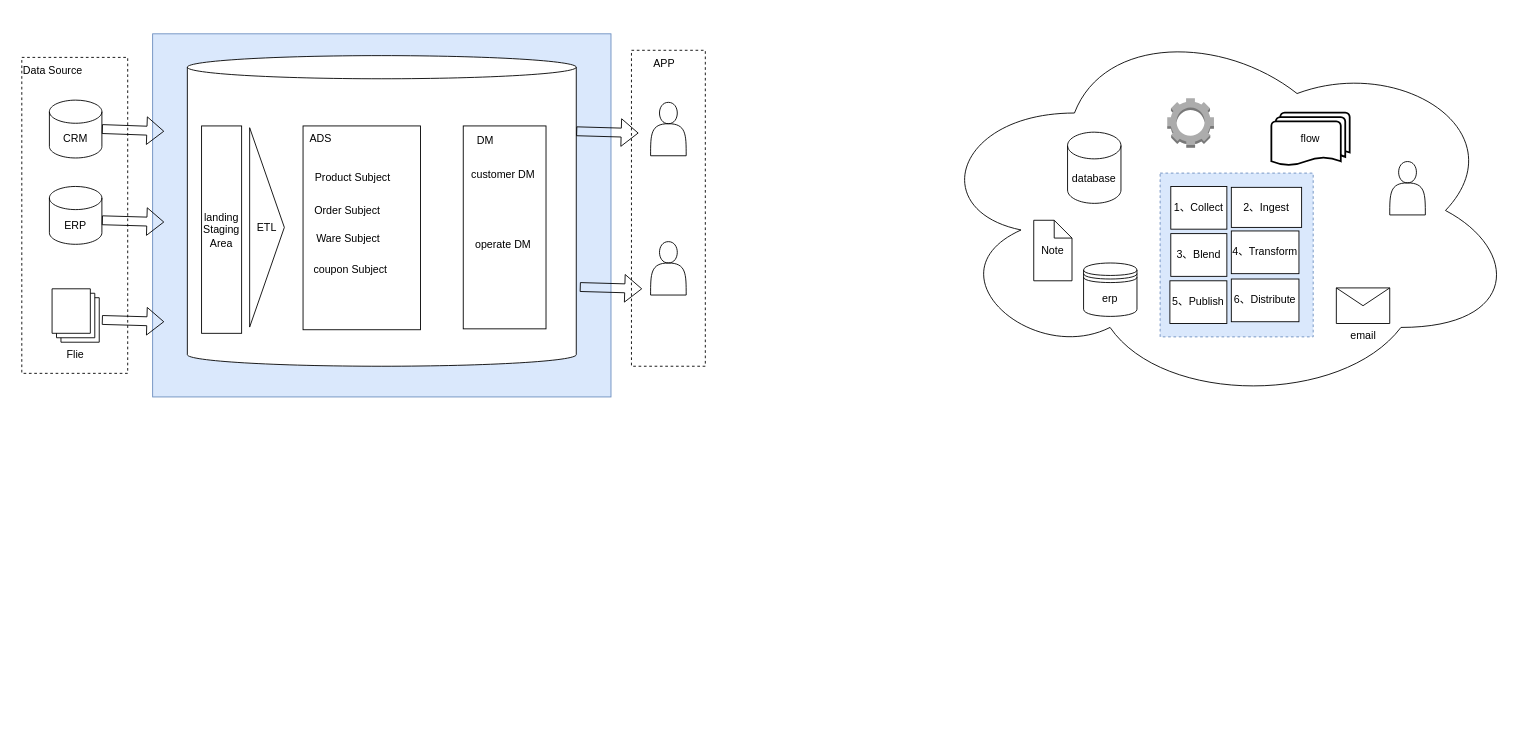
Earlier version of the draw.io diagram blog/data.drawio (began-zhao/studydraw). Source tidied: cells renumbered, new cells numbered last; positions are measured from the earlier drawing's top-left corner, leaving out a move shared by most shapes. Both pictures are drawn from the tidied source at 89%, with x=0, y=0 at pixel (15, 15).
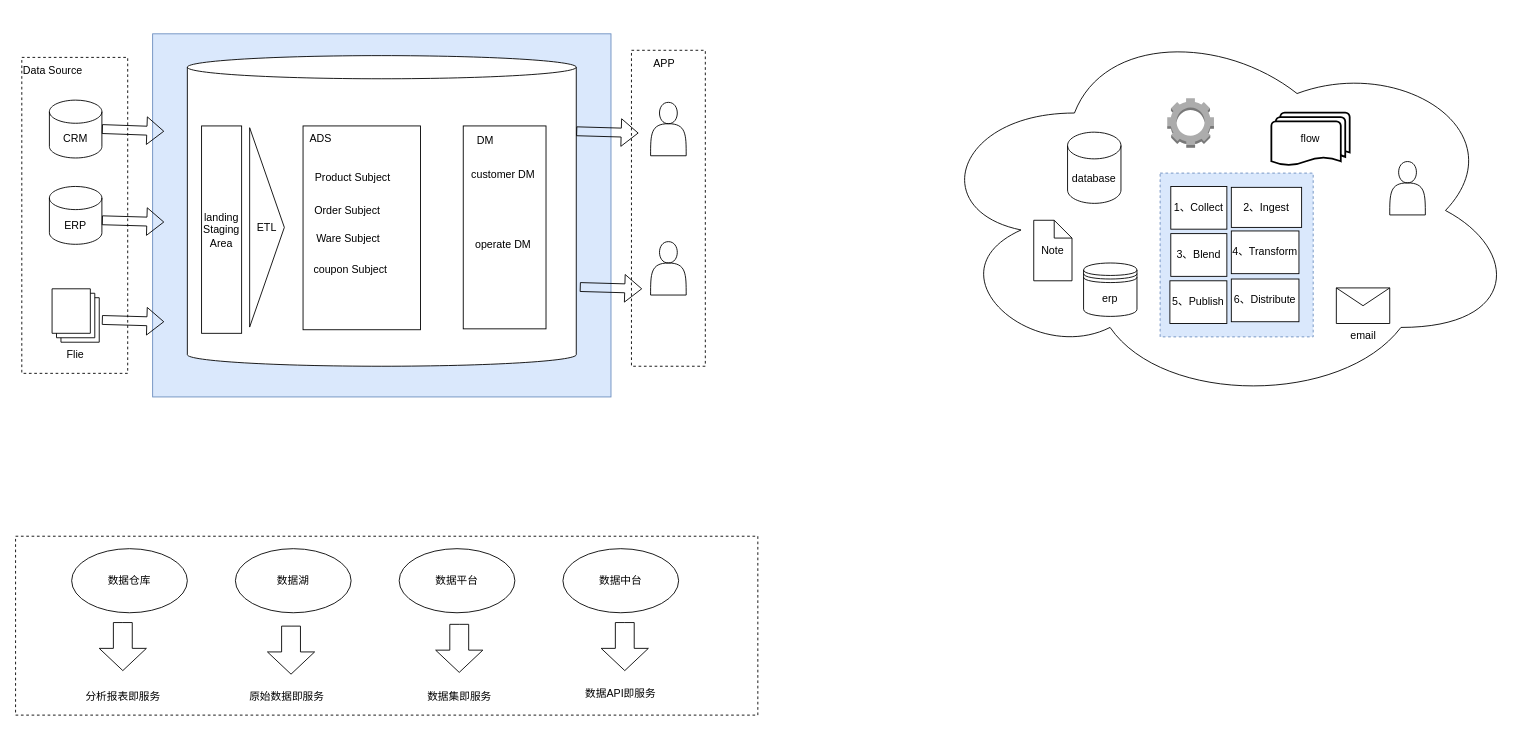
The same page after the edit.

Diff of the diagram source:
```diff
@@
+    <mxCell id="45" style="rounded=0;whiteSpace=wrap;html=1;dashed=1;" parent="1" vertex="1">
+      <mxGeometry y="585" width="834" height="201" as="geometry" />
+    </mxCell>
@@
+    <mxCell id="46" value="数据仓库" style="ellipse;whiteSpace=wrap;html=1;" parent="1" vertex="1">
+      <mxGeometry x="63" y="599" width="130" height="72" as="geometry" />
+    </mxCell>
+    <mxCell id="47" value="数据湖" style="ellipse;whiteSpace=wrap;html=1;" parent="1" vertex="1">
+      <mxGeometry x="247" y="599" width="130" height="72" as="geometry" />
+    </mxCell>
+    <mxCell id="48" value="数据平台" style="ellipse;whiteSpace=wrap;html=1;" parent="1" vertex="1">
+      <mxGeometry x="431" y="599" width="130" height="72" as="geometry" />
+    </mxCell>
+    <mxCell id="49" value="数据中台" style="ellipse;whiteSpace=wrap;html=1;" parent="1" vertex="1">
+      <mxGeometry x="615" y="599" width="130" height="72" as="geometry" />
+    </mxCell>
+    <mxCell id="50" style="html=1;shadow=0;dashed=0;align=center;verticalAlign=middle;shape=mxgraph.arrows2.arrow;dy=0.6;dx=25;direction=south;notch=0;" parent="1" vertex="1">
+      <mxGeometry x="94" y="682" width="53" height="54" as="geometry" />
+    </mxCell>
+    <mxCell id="51" style="html=1;shadow=0;dashed=0;align=center;verticalAlign=middle;shape=mxgraph.arrows2.arrow;dy=0.6;dx=25;direction=south;notch=0;" parent="1" vertex="1">
+      <mxGeometry x="283" y="686" width="53" height="54" as="geometry" />
+    </mxCell>
+    <mxCell id="52" style="html=1;shadow=0;dashed=0;align=center;verticalAlign=middle;shape=mxgraph.arrows2.arrow;dy=0.6;dx=25;direction=south;notch=0;" parent="1" vertex="1">
+      <mxGeometry x="472" y="684" width="53" height="54" as="geometry" />
+    </mxCell>
+    <mxCell id="53" style="html=1;shadow=0;dashed=0;align=center;verticalAlign=middle;shape=mxgraph.arrows2.arrow;dy=0.6;dx=25;direction=south;notch=0;" parent="1" vertex="1">
+      <mxGeometry x="658" y="682" width="53" height="54" as="geometry" />
+    </mxCell>
+    <mxCell id="54" value="分析报表即服务" style="text;html=1;strokeColor=none;fillColor=none;align=center;verticalAlign=middle;whiteSpace=wrap;rounded=0;" parent="1" vertex="1">
+      <mxGeometry x="76.5" y="751" width="88" height="30" as="geometry" />
+    </mxCell>
+    <mxCell id="55" value="原始数据即服务" style="text;html=1;strokeColor=none;fillColor=none;align=center;verticalAlign=middle;whiteSpace=wrap;rounded=0;" parent="1" vertex="1">
+      <mxGeometry x="261" y="751" width="88" height="30" as="geometry" />
+    </mxCell>
+    <mxCell id="56" value="数据集即服务" style="text;html=1;strokeColor=none;fillColor=none;align=center;verticalAlign=middle;whiteSpace=wrap;rounded=0;" parent="1" vertex="1">
+      <mxGeometry x="454.5" y="751" width="88" height="30" as="geometry" />
+    </mxCell>
+    <mxCell id="57" value="数据API即服务" style="text;html=1;strokeColor=none;fillColor=none;align=center;verticalAlign=middle;whiteSpace=wrap;rounded=0;" parent="1" vertex="1">
+      <mxGeometry x="636" y="747" width="88" height="30" as="geometry" />
+    </mxCell>
```
